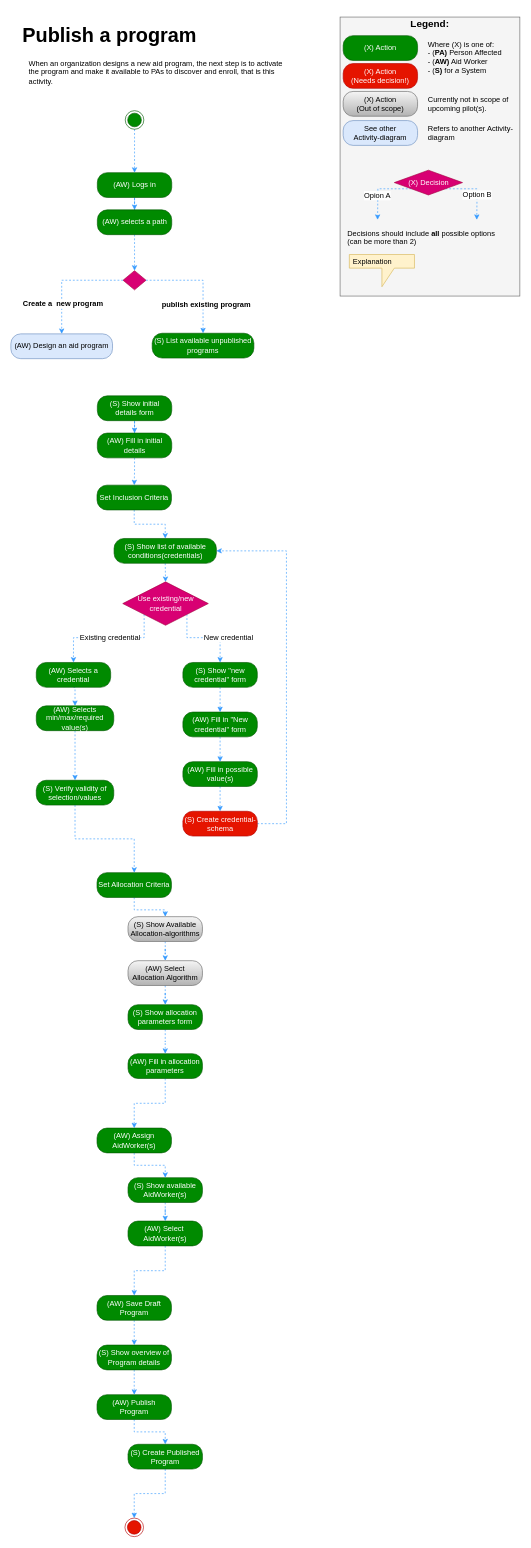
This is Activity Diagrams/Publish a program activity.drawio from nsward/diagrams, a draw.io file, before an edit. Source tidied: cells renumbered, new cells numbered last; positions are measured from the earlier drawing's top-left corner, leaving out a move shared by most shapes. Both pictures are drawn from the tidied source at 62%, with x=0, y=0 at pixel (11, 11).
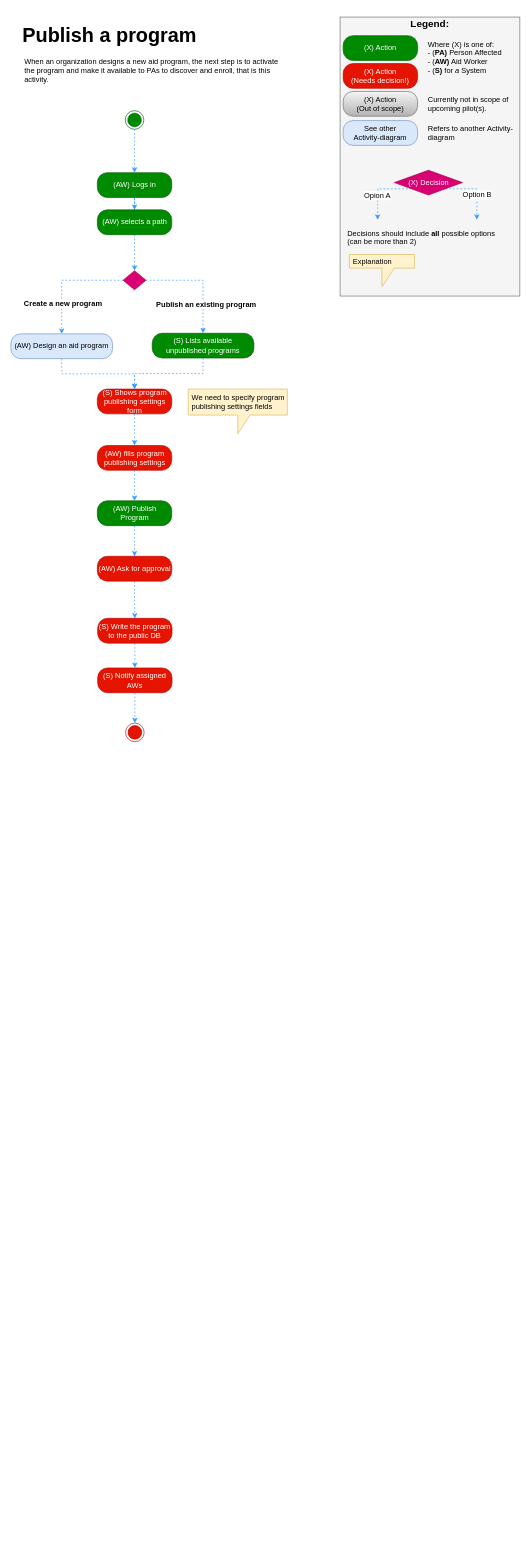
Above is the later version.

Commit message:
Separate program design from publishing activities

The change refers to these unchanged cells:
```xml
<mxCell id="6" style="edgeStyle=orthogonalEdgeStyle;rounded=0;jettySize=auto;html=1;dashed=1;fontColor=#ffffff;strokeColor=#3399FF;entryX=0.5;entryY=0;entryDx=0;entryDy=0;" parent="1" edge="1" source="82" target="83">
  <mxGeometry relative="1" as="geometry" />
</mxCell>
<mxCell id="80" style="edgeStyle=orthogonalEdgeStyle;rounded=0;jettySize=auto;html=1;exitX=0;exitY=0.5;exitDx=0;exitDy=0;entryX=0.5;entryY=0;entryDx=0;entryDy=0;dashed=1;strokeColor=#3399FF;fontColor=#ffffff;" parent="1" edge="1" source="82" target="84">
  <mxGeometry relative="1" as="geometry" />
</mxCell>
<mxCell id="84" value="(AW) Design an aid program" style="rounded=1;whiteSpace=wrap;html=1;arcSize=40;fillColor=#dae8fc;strokeColor=#6c8ebf;fontColor=#000000;" parent="1" vertex="1">
  <mxGeometry y="521" width="164" height="40" as="geometry" />
</mxCell>
```

What changed in the source:
```diff
@@
-    <mxCell id="7" value="&lt;font color=&quot;#000000&quot;&gt;publish existing program&lt;/font&gt;" style="text;html=1;align=center;verticalAlign=middle;labelBackgroundColor=#ffffff;fontColor=#ffffff;fontStyle=1;" parent="6" vertex="1">
+    <mxCell id="7" value="&lt;font color=&quot;#000000&quot;&gt;Publish an existing program&lt;/font&gt;" style="text;html=1;align=center;verticalAlign=middle;labelBackgroundColor=#ffffff;fontColor=#ffffff;fontStyle=1;" parent="6" vertex="1">
       <mxGeometry x="-0.37" y="-1" relative="1" as="geometry">
         <mxPoint x="40.5" y="37.5" as="offset" />
       </mxGeometry>
     </mxCell>
@@
-    <mxCell id="11" value="(S) Show initial details form" style="rounded=1;whiteSpace=wrap;html=1;arcSize=40;fillColor=#008a00;strokeColor=#005700;fontColor=#ffffff;" parent="1" vertex="1">
-      <mxGeometry x="139.5" y="621" width="120" height="40" as="geometry" />
+    <mxCell id="11" value="(S) Shows program publishing settings form" style="rounded=1;whiteSpace=wrap;html=1;arcSize=40;fillColor=#e51400;strokeColor=#B20000;fontColor=#ffffff;" parent="1" vertex="1">
+      <mxGeometry x="139.5" y="610" width="120" height="40" as="geometry" />
     </mxCell>
-    <mxCell id="12" style="edgeStyle=orthogonalEdgeStyle;rounded=0;jettySize=auto;html=1;dashed=1;fontColor=#ffffff;strokeColor=#3399FF;" parent="1" edge="1" source="13" target="15">
+    <mxCell id="12" style="edgeStyle=orthogonalEdgeStyle;rounded=0;jettySize=auto;html=1;dashed=1;fontColor=#ffffff;strokeColor=#3399FF;entryX=0.5;entryY=0;entryDx=0;entryDy=0;" parent="1" edge="1" source="13" target="37">
       <mxGeometry relative="1" as="geometry" />
     </mxCell>
-    <mxCell id="13" value="(AW) Fill in initial details" style="rounded=1;whiteSpace=wrap;html=1;arcSize=40;fillColor=#008a00;strokeColor=#005700;fontColor=#ffffff;" parent="1" vertex="1">
-      <mxGeometry x="139.5" y="681" width="120" height="40" as="geometry" />
+    <mxCell id="13" value="(AW) fills program publishing settings" style="rounded=1;whiteSpace=wrap;html=1;arcSize=40;fillColor=#e51400;strokeColor=#B20000;fontColor=#ffffff;" parent="1" vertex="1">
+      <mxGeometry x="139.5" y="701" width="120" height="40" as="geometry" />
     </mxCell>
-    <mxCell id="14" style="edgeStyle=orthogonalEdgeStyle;rounded=0;jettySize=auto;html=1;entryX=0.5;entryY=0;entryDx=0;entryDy=0;dashed=1;fontColor=#ffffff;strokeColor=#3399FF;" parent="1" edge="1" source="15" target="41">
-      <mxGeometry relative="1" as="geometry" />
-    </mxCell>
-    <mxCell id="15" value="Set Inclusion Criteria&lt;br&gt;" style="rounded=1;whiteSpace=wrap;html=1;arcSize=40;fillColor=#008a00;strokeColor=#005700;fontColor=#ffffff;" parent="1" vertex="1">
-      <mxGeometry x="139" y="765" width="120" height="40" as="geometry" />
-    </mxCell>
-    <mxCell id="16" style="edgeStyle=orthogonalEdgeStyle;rounded=0;jettySize=auto;html=1;dashed=1;fontColor=#ffffff;strokeColor=#3399FF;" parent="1" edge="1" source="17" target="19">
-      <mxGeometry relative="1" as="geometry" />
-    </mxCell>
-    <mxCell id="17" value="Set Allocation Criteria&lt;br&gt;" style="rounded=1;whiteSpace=wrap;html=1;arcSize=40;fillColor=#008a00;strokeColor=#005700;fontColor=#ffffff;" parent="1" vertex="1">
-      <mxGeometry x="139" y="1390" width="120" height="40" as="geometry" />
-    </mxCell>
-    <mxCell id="18" style="edgeStyle=orthogonalEdgeStyle;rounded=0;jettySize=auto;html=1;dashed=1;fontColor=#ffffff;strokeColor=#3399FF;" parent="1" edge="1" source="19" target="21">
-      <mxGeometry relative="1" as="geometry" />
-    </mxCell>
-    <mxCell id="19" value="(S) Show Available Allocation-algorithms&lt;br&gt;" style="rounded=1;whiteSpace=wrap;html=1;arcSize=40;fillColor=#f5f5f5;strokeColor=#666666;gradientColor=#b3b3b3;" parent="1" vertex="1">
-      <mxGeometry x="189" y="1461" width="120" height="40" as="geometry" />
-    </mxCell>
-    <mxCell id="20" style="edgeStyle=orthogonalEdgeStyle;rounded=0;jettySize=auto;html=1;dashed=1;strokeColor=#3399FF;fontColor=#ffffff;" parent="1" edge="1" source="21" target="23">
-      <mxGeometry relative="1" as="geometry" />
-    </mxCell>
-    <mxCell id="21" value="(AW) Select Allocation Algorithm&lt;br&gt;" style="rounded=1;whiteSpace=wrap;html=1;arcSize=40;fillColor=#f5f5f5;strokeColor=#666666;gradientColor=#b3b3b3;" parent="1" vertex="1">
-      <mxGeometry x="189" y="1532" width="120" height="40" as="geometry" />
-    </mxCell>
-    <mxCell id="22" style="edgeStyle=orthogonalEdgeStyle;rounded=0;jettySize=auto;html=1;dashed=1;strokeColor=#3399FF;fontColor=#ffffff;" parent="1" edge="1" source="23" target="25">
-      <mxGeometry relative="1" as="geometry" />
-    </mxCell>
-    <mxCell id="23" value="(S) Show allocation parameters form&lt;br&gt;" style="rounded=1;whiteSpace=wrap;html=1;arcSize=40;fillColor=#008a00;strokeColor=#005700;fontColor=#ffffff;" parent="1" vertex="1">
-      <mxGeometry x="189" y="1603" width="120" height="40" as="geometry" />
-    </mxCell>
-    <mxCell id="24" style="edgeStyle=orthogonalEdgeStyle;rounded=0;jettySize=auto;html=1;dashed=1;strokeColor=#3399FF;fontColor=#ffffff;" parent="1" edge="1" source="25" target="27">
-      <mxGeometry relative="1" as="geometry" />
+    <mxCell id="24" style="edgeStyle=orthogonalEdgeStyle;rounded=0;orthogonalLoop=1;jettySize=auto;html=1;dashed=1;strokeColor=#3399FF;fontColor=#ffffff;" parent="1" edge="1">
+      <mxGeometry relative="1" as="geometry">
+        <mxPoint x="248.7" y="1722" as="sourcePoint" />
+      </mxGeometry>
     </mxCell>
-    <mxCell id="25" value="(AW) Fill in allocation parameters&lt;br&gt;" style="rounded=1;whiteSpace=wrap;html=1;arcSize=40;fillColor=#008a00;strokeColor=#005700;fontColor=#ffffff;" parent="1" vertex="1">
-      <mxGeometry x="189" y="1682" width="120" height="40" as="geometry" />
-    </mxCell>
-    <mxCell id="26" style="edgeStyle=orthogonalEdgeStyle;rounded=0;jettySize=auto;html=1;dashed=1;strokeColor=#3399FF;fontColor=#ffffff;" parent="1" edge="1" source="27" target="29">
-      <mxGeometry relative="1" as="geometry" />
+    <mxCell id="26" style="edgeStyle=orthogonalEdgeStyle;rounded=0;orthogonalLoop=1;jettySize=auto;html=1;dashed=1;strokeColor=#3399FF;fontColor=#ffffff;" parent="1" edge="1">
+      <mxGeometry relative="1" as="geometry">
+        <mxPoint x="198.7" y="1842" as="sourcePoint" />
+      </mxGeometry>
     </mxCell>
-    <mxCell id="27" value="(AW) Assign AidWorker(s)&lt;br&gt;" style="rounded=1;whiteSpace=wrap;html=1;arcSize=40;fillColor=#008a00;strokeColor=#005700;fontColor=#ffffff;" parent="1" vertex="1">
-      <mxGeometry x="139" y="1802" width="120" height="40" as="geometry" />
-    </mxCell>
-    <mxCell id="28" style="edgeStyle=orthogonalEdgeStyle;rounded=0;jettySize=auto;html=1;dashed=1;strokeColor=#3399FF;fontColor=#ffffff;" parent="1" edge="1" source="29" target="31">
-      <mxGeometry relative="1" as="geometry" />
+    <mxCell id="28" style="edgeStyle=orthogonalEdgeStyle;rounded=0;orthogonalLoop=1;jettySize=auto;html=1;dashed=1;strokeColor=#3399FF;fontColor=#ffffff;" parent="1" edge="1">
+      <mxGeometry relative="1" as="geometry">
+        <mxPoint x="248.7" y="1922" as="sourcePoint" />
+      </mxGeometry>
     </mxCell>
-    <mxCell id="29" value="(S) Show available AidWorker(s)&lt;br&gt;" style="rounded=1;whiteSpace=wrap;html=1;arcSize=40;fillColor=#008a00;strokeColor=#005700;fontColor=#ffffff;" parent="1" vertex="1">
-      <mxGeometry x="189" y="1882" width="120" height="40" as="geometry" />
-    </mxCell>
-    <mxCell id="30" style="edgeStyle=orthogonalEdgeStyle;rounded=0;jettySize=auto;html=1;dashed=1;strokeColor=#3399FF;fontColor=#ffffff;" parent="1" edge="1" source="31" target="33">
-      <mxGeometry relative="1" as="geometry" />
+    <mxCell id="30" style="edgeStyle=orthogonalEdgeStyle;rounded=0;orthogonalLoop=1;jettySize=auto;html=1;dashed=1;strokeColor=#3399FF;fontColor=#ffffff;" parent="1" edge="1">
+      <mxGeometry relative="1" as="geometry">
+        <mxPoint x="248.7" y="1992" as="sourcePoint" />
+      </mxGeometry>
     </mxCell>
-    <mxCell id="31" value="(AW) Select&amp;nbsp; AidWorker(s)&lt;br&gt;" style="rounded=1;whiteSpace=wrap;html=1;arcSize=40;fillColor=#008a00;strokeColor=#005700;fontColor=#ffffff;" parent="1" vertex="1">
-      <mxGeometry x="189" y="1952" width="120" height="40" as="geometry" />
-    </mxCell>
-    <mxCell id="32" style="edgeStyle=orthogonalEdgeStyle;rounded=0;jettySize=auto;html=1;dashed=1;strokeColor=#3399FF;fontColor=#ffffff;" parent="1" edge="1" source="33" target="35">
-      <mxGeometry relative="1" as="geometry" />
+    <mxCell id="32" style="edgeStyle=orthogonalEdgeStyle;rounded=0;orthogonalLoop=1;jettySize=auto;html=1;dashed=1;strokeColor=#3399FF;fontColor=#ffffff;" parent="1" edge="1">
+      <mxGeometry relative="1" as="geometry">
+        <mxPoint x="199" y="2112" as="sourcePoint" />
+      </mxGeometry>
     </mxCell>
-    <mxCell id="33" value="(AW) Save Draft Program&lt;br&gt;" style="rounded=1;whiteSpace=wrap;html=1;arcSize=40;fillColor=#008a00;strokeColor=#005700;fontColor=#ffffff;" parent="1" vertex="1">
-      <mxGeometry x="139" y="2072" width="120" height="40" as="geometry" />
-    </mxCell>
-    <mxCell id="34" style="edgeStyle=orthogonalEdgeStyle;rounded=0;jettySize=auto;html=1;dashed=1;strokeColor=#3399FF;fontColor=#ffffff;" parent="1" edge="1" source="35" target="37">
-      <mxGeometry relative="1" as="geometry" />
-    </mxCell>
-    <mxCell id="35" value="(S) Show overview of Program details&lt;br&gt;" style="rounded=1;whiteSpace=wrap;html=1;arcSize=40;fillColor=#008a00;strokeColor=#005700;fontColor=#ffffff;" parent="1" vertex="1">
-      <mxGeometry x="139" y="2152" width="120" height="40" as="geometry" />
-    </mxCell>
-    <mxCell id="36" style="edgeStyle=orthogonalEdgeStyle;rounded=0;jettySize=auto;html=1;dashed=1;strokeColor=#3399FF;fontColor=#ffffff;" parent="1" edge="1" source="37" target="39">
-      <mxGeometry relative="1" as="geometry" />
-    </mxCell>
-    <mxCell id="37" value="(AW) Publish Program&lt;br&gt;" style="rounded=1;whiteSpace=wrap;html=1;arcSize=40;fillColor=#008a00;strokeColor=#005700;fontColor=#ffffff;" parent="1" vertex="1">
-      <mxGeometry x="139" y="2232" width="120" height="40" as="geometry" />
-    </mxCell>
-    <mxCell id="38" style="edgeStyle=orthogonalEdgeStyle;rounded=0;jettySize=auto;html=1;dashed=1;strokeColor=#3399FF;fontColor=#ffffff;" parent="1" edge="1" source="39" target="48">
-      <mxGeometry relative="1" as="geometry" />
-    </mxCell>
-    <mxCell id="39" value="(S) Create Published Program&lt;br&gt;" style="rounded=1;whiteSpace=wrap;html=1;arcSize=40;fillColor=#008a00;strokeColor=#005700;fontColor=#ffffff;" parent="1" vertex="1">
-      <mxGeometry x="189" y="2312" width="120" height="40" as="geometry" />
-    </mxCell>
-    <mxCell id="40" style="edgeStyle=orthogonalEdgeStyle;rounded=0;jettySize=auto;html=1;exitX=0.5;exitY=1;exitDx=0;exitDy=0;entryX=0.5;entryY=0;entryDx=0;entryDy=0;dashed=1;fontColor=#ffffff;strokeColor=#3399FF;" parent="1" edge="1" source="41" target="53">
-      <mxGeometry relative="1" as="geometry" />
-    </mxCell>
-    <mxCell id="41" value="(S) Show list of available conditions(credentials)" style="rounded=1;whiteSpace=wrap;html=1;arcSize=40;fillColor=#008a00;strokeColor=#005700;fontColor=#ffffff;" parent="1" vertex="1">
-      <mxGeometry x="166.5" y="851" width="165" height="40" as="geometry" />
-    </mxCell>
-    <mxCell id="42" style="edgeStyle=orthogonalEdgeStyle;rounded=0;jettySize=auto;html=1;exitX=0.5;exitY=1;exitDx=0;exitDy=0;entryX=0.5;entryY=0;entryDx=0;entryDy=0;dashed=1;fontColor=#ffffff;strokeColor=#3399FF;" parent="1" edge="1" source="43" target="45">
-      <mxGeometry relative="1" as="geometry" />
-    </mxCell>
-    <mxCell id="43" value="(AW) Selects a credential" style="rounded=1;whiteSpace=wrap;html=1;arcSize=40;fillColor=#008a00;strokeColor=#005700;fontColor=#ffffff;" parent="1" vertex="1">
-      <mxGeometry x="41" y="1051" width="120" height="40" as="geometry" />
-    </mxCell>
-    <mxCell id="44" style="edgeStyle=orthogonalEdgeStyle;rounded=0;jettySize=auto;html=1;dashed=1;fontColor=#ffffff;strokeColor=#3399FF;" parent="1" edge="1" source="45" target="47">
-      <mxGeometry relative="1" as="geometry" />
-    </mxCell>
-    <mxCell id="45" value="(AW) Selects min/max/required value(s)&lt;br&gt;" style="rounded=1;whiteSpace=wrap;html=1;arcSize=40;fillColor=#008a00;strokeColor=#005700;fontColor=#ffffff;" parent="1" vertex="1">
-      <mxGeometry x="41" y="1121" width="125" height="40" as="geometry" />
-    </mxCell>
-    <mxCell id="46" style="edgeStyle=orthogonalEdgeStyle;rounded=0;jettySize=auto;html=1;exitX=0.5;exitY=1;exitDx=0;exitDy=0;entryX=0.5;entryY=0;entryDx=0;entryDy=0;dashed=1;fontColor=#ffffff;strokeColor=#3399FF;" parent="1" edge="1" source="47" target="17">
-      <mxGeometry relative="1" as="geometry" />
-    </mxCell>
-    <mxCell id="47" value="(S) Verify validity of selection/values&lt;br&gt;" style="rounded=1;whiteSpace=wrap;html=1;arcSize=40;fillColor=#008a00;strokeColor=#005700;fontColor=#ffffff;" parent="1" vertex="1">
-      <mxGeometry x="41" y="1241" width="125" height="40" as="geometry" />
-    </mxCell>
-    <mxCell id="48" style="ellipse;html=1;shape=endState;fillColor=#e51400;strokeColor=#B20000;fontColor=#ffffff;" parent="1" vertex="1">
-      <mxGeometry x="184" y="2431" width="30" height="30" as="geometry" />
-    </mxCell>
-    <mxCell id="49" style="edgeStyle=orthogonalEdgeStyle;rounded=0;jettySize=auto;html=1;exitX=0;exitY=1;exitDx=0;exitDy=0;entryX=0.5;entryY=0;entryDx=0;entryDy=0;dashed=1;fontColor=#ffffff;strokeColor=#3399FF;" parent="1" edge="1" source="53" target="43">
-      <mxGeometry relative="1" as="geometry">
-        <Array as="points">
-          <mxPoint x="215.5" y="1011" />
-          <mxPoint x="101.5" y="1011" />
-        </Array>
-      </mxGeometry>
-    </mxCell>
-    <mxCell id="50" value="Existing credential&lt;br&gt;" style="text;html=1;align=center;verticalAlign=middle;labelBackgroundColor=#ffffff;" parent="49" vertex="1">
-      <mxGeometry x="-0.51" relative="1" as="geometry">
-        <mxPoint x="-46" y="-1" as="offset" />
-      </mxGeometry>
-    </mxCell>
-    <mxCell id="51" style="edgeStyle=orthogonalEdgeStyle;rounded=0;jettySize=auto;html=1;exitX=1;exitY=1;exitDx=0;exitDy=0;entryX=0.5;entryY=0;entryDx=0;entryDy=0;dashed=1;fontColor=#ffffff;strokeColor=#3399FF;" parent="1" edge="1" source="53" target="55">
-      <mxGeometry relative="1" as="geometry">
-        <Array as="points">
-          <mxPoint x="284.5" y="1011" />
-          <mxPoint x="337.5" y="1011" />
-        </Array>
-      </mxGeometry>
-    </mxCell>
-    <mxCell id="52" value="New credential" style="text;html=1;align=center;verticalAlign=middle;labelBackgroundColor=#ffffff;" parent="51" vertex="1">
-      <mxGeometry x="0.05" y="1" relative="1" as="geometry">
-        <mxPoint x="35" as="offset" />
-      </mxGeometry>
-    </mxCell>
-    <mxCell id="53" value="Use existing/new credential" style="rhombus;whiteSpace=wrap;html=1;fillColor=#d80073;strokeColor=#A50040;fontColor=#ffffff;" parent="1" vertex="1">
-      <mxGeometry x="180.5" y="921" width="138" height="70" as="geometry" />
-    </mxCell>
-    <mxCell id="54" style="edgeStyle=orthogonalEdgeStyle;rounded=0;jettySize=auto;html=1;dashed=1;fontColor=#ffffff;strokeColor=#3399FF;" parent="1" edge="1" source="55" target="57">
-      <mxGeometry relative="1" as="geometry" />
-    </mxCell>
-    <mxCell id="55" value="(S) Show &quot;new credential&quot; form&lt;br&gt;" style="rounded=1;whiteSpace=wrap;html=1;arcSize=40;fillColor=#008a00;strokeColor=#005700;fontColor=#ffffff;" parent="1" vertex="1">
-      <mxGeometry x="277.5" y="1051" width="120" height="40" as="geometry" />
-    </mxCell>
-    <mxCell id="56" style="edgeStyle=orthogonalEdgeStyle;rounded=0;jettySize=auto;html=1;dashed=1;fontColor=#ffffff;strokeColor=#3399FF;" parent="1" edge="1" source="57" target="59">
-      <mxGeometry relative="1" as="geometry" />
-    </mxCell>
-    <mxCell id="57" value="(AW) Fill in &quot;New credential&quot; form&lt;br&gt;" style="rounded=1;whiteSpace=wrap;html=1;arcSize=40;fillColor=#008a00;strokeColor=#005700;fontColor=#ffffff;" parent="1" vertex="1">
-      <mxGeometry x="277.5" y="1131" width="120" height="40" as="geometry" />
-    </mxCell>
-    <mxCell id="58" style="edgeStyle=orthogonalEdgeStyle;rounded=0;jettySize=auto;html=1;dashed=1;fontColor=#ffffff;strokeColor=#3399FF;" parent="1" edge="1" source="59" target="61">
-      <mxGeometry relative="1" as="geometry" />
-    </mxCell>
-    <mxCell id="59" value="(AW) Fill in possible value(s)&lt;br&gt;" style="rounded=1;whiteSpace=wrap;html=1;arcSize=40;fillColor=#008a00;strokeColor=#005700;fontColor=#ffffff;" parent="1" vertex="1">
-      <mxGeometry x="277.5" y="1211" width="120" height="40" as="geometry" />
-    </mxCell>
-    <mxCell id="60" style="edgeStyle=orthogonalEdgeStyle;rounded=0;jettySize=auto;html=1;exitX=1;exitY=0.5;exitDx=0;exitDy=0;entryX=1;entryY=0.5;entryDx=0;entryDy=0;dashed=1;fontColor=#ffffff;strokeColor=#3399FF;" parent="1" edge="1" source="61" target="41">
-      <mxGeometry relative="1" as="geometry">
-        <Array as="points">
-          <mxPoint x="444.5" y="1311" />
-          <mxPoint x="444.5" y="871" />
-        </Array>
-      </mxGeometry>
-    </mxCell>
-    <mxCell id="61" value="(S) Create credential-schema&lt;br&gt;" style="rounded=1;whiteSpace=wrap;html=1;arcSize=40;fillColor=#e51400;strokeColor=#B20000;fontColor=#ffffff;" parent="1" vertex="1">
-      <mxGeometry x="277.5" y="1291" width="120" height="40" as="geometry" />
-    </mxCell>
@@
     <mxCell id="79" value="&lt;p&gt;When an organization designs a new aid program, the next step is to activate the program and make it available to PAs to discover and enroll, that is this activity.&lt;/p&gt;" style="text;html=1;strokeColor=none;fillColor=none;spacing=8;spacingTop=-20;whiteSpace=wrap;overflow=hidden;rounded=0;align=left;" parent="1" vertex="1">
-      <mxGeometry x="21" y="73" width="432" height="57" as="geometry" />
+      <mxGeometry x="14" y="70" width="432" height="57" as="geometry" />
     </mxCell>
@@
-    <mxCell id="81" value="Create a&amp;nbsp; new program" style="text;html=1;align=center;verticalAlign=middle;labelBackgroundColor=#ffffff;fontColor=#000000;fontStyle=1;" parent="80" vertex="1">
+    <mxCell id="81" value="Create a new program" style="text;html=1;align=center;verticalAlign=middle;labelBackgroundColor=#ffffff;fontColor=#000000;fontStyle=1;" parent="80" vertex="1">
       <mxGeometry x="0.18" y="1" relative="1" as="geometry">
         <mxPoint y="28" as="offset" />
       </mxGeometry>
     </mxCell>
@@
+    <mxCell id="85" style="edgeStyle=orthogonalEdgeStyle;rounded=0;jettySize=auto;html=1;entryX=0.5;entryY=0;entryDx=0;entryDy=0;dashed=1;strokeColor=#3399FF;fontColor=#000000;" parent="1" edge="1" source="83" target="11">
+      <mxGeometry relative="1" as="geometry" />
+    </mxCell>
-    <mxCell id="83" value="(S) List available unpublished programs" style="rounded=1;whiteSpace=wrap;html=1;arcSize=40;fillColor=#008a00;strokeColor=#005700;fontColor=#ffffff;" parent="1" vertex="1">
+    <mxCell id="83" value="(S) Lists available unpublished programs" style="rounded=1;whiteSpace=wrap;html=1;arcSize=40;fillColor=#008a00;strokeColor=#005700;fontColor=#ffffff;" parent="1" vertex="1">
       <mxGeometry x="228" y="520" width="164" height="40" as="geometry" />
     </mxCell>
+    <mxCell id="86" style="edgeStyle=orthogonalEdgeStyle;rounded=0;jettySize=auto;html=1;entryX=0.5;entryY=0;entryDx=0;entryDy=0;dashed=1;strokeColor=#3399FF;fontColor=#000000;" parent="1" edge="1" source="84" target="11">
+      <mxGeometry relative="1" as="geometry" />
+    </mxCell>
@@
+    <mxCell id="87" style="edgeStyle=orthogonalEdgeStyle;rounded=0;jettySize=auto;html=1;dashed=1;strokeColor=#3399FF;fontColor=#ffffff;entryX=0.5;entryY=0;entryDx=0;entryDy=0;" parent="1" edge="1" source="37" target="89">
+      <mxGeometry relative="1" as="geometry" />
+    </mxCell>
+    <mxCell id="37" value="(AW) Publish Program&lt;br&gt;" style="rounded=1;whiteSpace=wrap;html=1;arcSize=40;fillColor=#008a00;strokeColor=#005700;fontColor=#ffffff;" parent="1" vertex="1">
+      <mxGeometry x="139.5" y="790.3" width="120" height="40" as="geometry" />
+    </mxCell>
+    <mxCell id="88" style="edgeStyle=orthogonalEdgeStyle;rounded=0;jettySize=auto;html=1;entryX=0.5;entryY=0;entryDx=0;entryDy=0;dashed=1;strokeColor=#3399FF;fontColor=#000000;" parent="1" edge="1" source="89" target="91">
+      <mxGeometry relative="1" as="geometry" />
+    </mxCell>
+    <mxCell id="89" value="(AW) Ask for approval&lt;br&gt;" style="rounded=1;whiteSpace=wrap;html=1;arcSize=40;fillColor=#e51400;strokeColor=#B20000;fontColor=#ffffff;" parent="1" vertex="1">
+      <mxGeometry x="139.5" y="879.8" width="120" height="40" as="geometry" />
+    </mxCell>
+    <mxCell id="90" style="edgeStyle=orthogonalEdgeStyle;rounded=0;jettySize=auto;html=1;dashed=1;strokeColor=#3399FF;fontColor=#ffffff;entryX=0.5;entryY=0;entryDx=0;entryDy=0;" parent="1" edge="1" source="91" target="94">
+      <mxGeometry relative="1" as="geometry" />
+    </mxCell>
+    <mxCell id="91" value="(S) Write the program to the public DB&lt;br&gt;" style="rounded=1;whiteSpace=wrap;html=1;arcSize=40;fillColor=#e51400;strokeColor=#B20000;fontColor=#ffffff;" parent="1" vertex="1">
+      <mxGeometry x="140" y="979.8" width="120" height="40" as="geometry" />
+    </mxCell>
+    <mxCell id="92" style="ellipse;html=1;shape=endState;fillColor=#e51400;strokeColor=#B20000;fontColor=#ffffff;" parent="1" vertex="1">
+      <mxGeometry x="185" y="1148.8" width="30" height="30" as="geometry" />
+    </mxCell>
+    <mxCell id="93" style="edgeStyle=orthogonalEdgeStyle;rounded=0;jettySize=auto;html=1;entryX=0.5;entryY=0;entryDx=0;entryDy=0;dashed=1;strokeColor=#3399FF;fontColor=#000000;" parent="1" edge="1" source="94" target="92">
+      <mxGeometry relative="1" as="geometry" />
+    </mxCell>
+    <mxCell id="94" value="(S) Notify assigned AWs&lt;br&gt;" style="rounded=1;whiteSpace=wrap;html=1;arcSize=40;fillColor=#e51400;strokeColor=#B20000;fontColor=#ffffff;" parent="1" vertex="1">
+      <mxGeometry x="140" y="1059.8" width="120" height="40" as="geometry" />
+    </mxCell>
+    <mxCell id="95" value="&lt;p&gt;We need to specify program publishing settings fields&lt;/p&gt;" style="shape=callout;whiteSpace=wrap;html=1;perimeter=calloutPerimeter;fillColor=#fff2cc;fontSize=12;align=left;strokeColor=#d6b656;spacingLeft=4;" parent="1" vertex="1">
+      <mxGeometry x="286" y="610" width="160" height="72" as="geometry" />
+    </mxCell>
```
